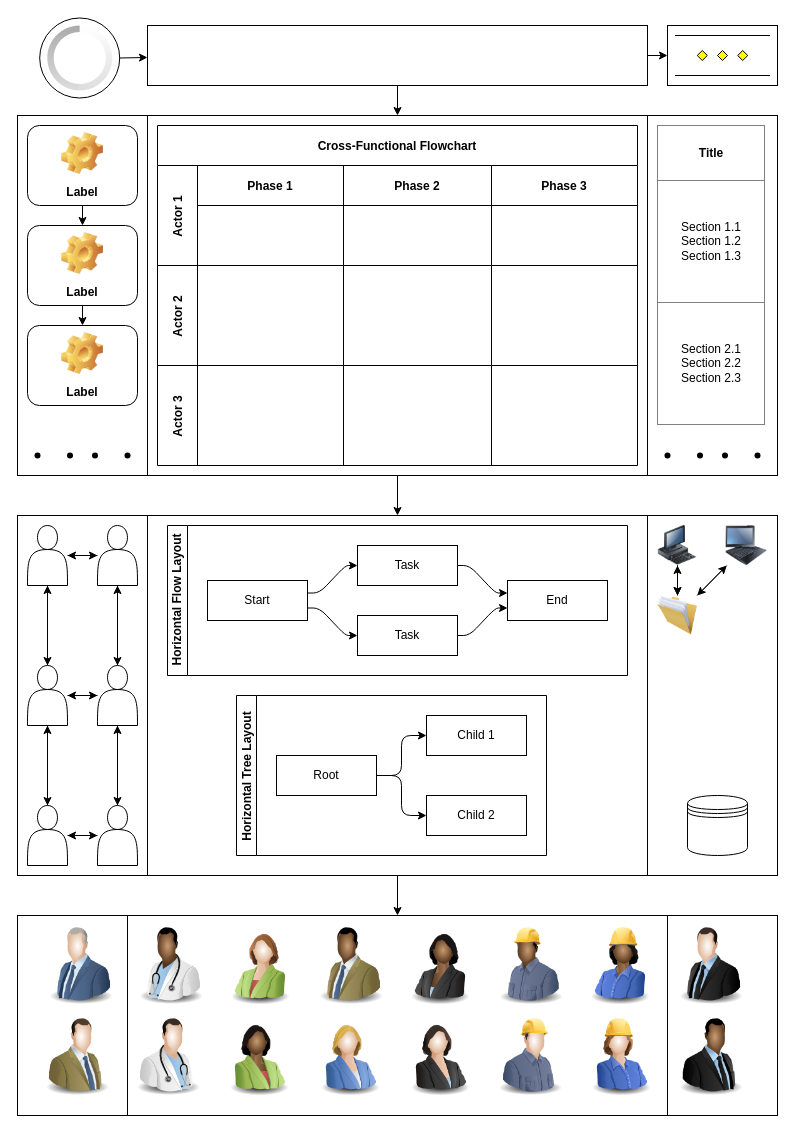
Above: o1.drawio in KhairulHasanRakib/99DaysWithCPC (draw.io), before the change. Source tidied: cells renumbered, new cells numbered last; positions are measured from the earlier drawing's top-left corner, leaving out a move shared by most shapes. Both pictures are drawn from the tidied source at 100%, with x=0, y=0 at pixel (17, 17).
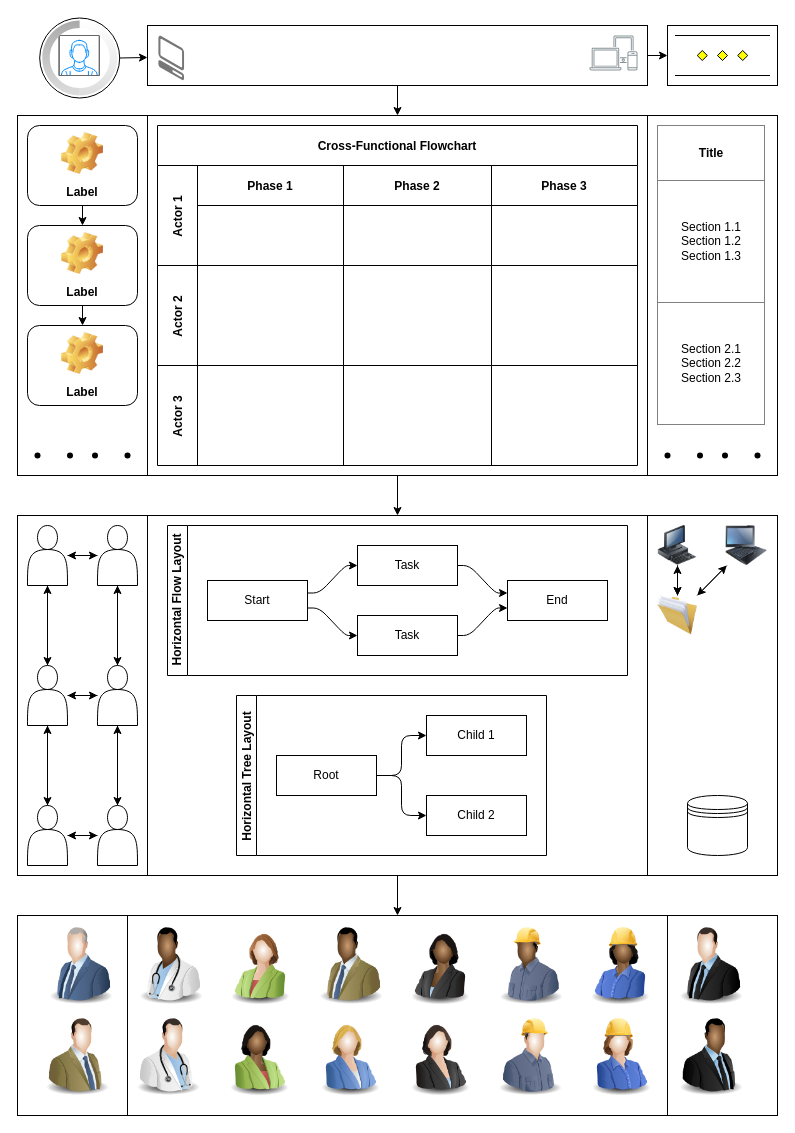
The same diagram, later.

Diff of the diagram source:
```diff
@@
+    <mxCell id="102" style="verticalLabelPosition=bottom;shadow=0;dashed=0;align=center;html=1;verticalAlign=top;strokeWidth=1;shape=mxgraph.mockup.containers.userMale;strokeColor=#666666;strokeColor2=#008cff;labelBorderColor=default;" parent="1" vertex="1">
+      <mxGeometry x="41.8" y="18" width="40" height="40" as="geometry" />
+    </mxCell>
     <mxCell id="101" style="verticalLabelPosition=bottom;verticalAlign=top;html=1;shadow=0;dashed=0;strokeWidth=1;shape=mxgraph.android.indeterminateSpinner;labelBorderColor=default;" parent="1" vertex="1">
-      <mxGeometry x="29.8" y="8" width="65" height="65" as="geometry" />
+      <mxGeometry x="24.8" y="3" width="75" height="75" as="geometry" />
     </mxCell>
+    <mxCell id="103" style="sketch=0;gradientColor=none;fontColor=#545B64;strokeColor=none;fillColor=#879196;dashed=0;verticalLabelPosition=bottom;verticalAlign=top;align=center;html=1;fontSize=12;fontStyle=0;shape=mxgraph.aws4.illustration_devices;labelBorderColor=default;" parent="1" vertex="1">
+      <mxGeometry x="572" y="18" width="48" height="35" as="geometry" />
+    </mxCell>
+    <mxCell id="104" style="verticalLabelPosition=bottom;html=1;verticalAlign=top;strokeWidth=1;align=center;dashed=0;shape=mxgraph.aws3d.client;strokeColor=none;fillColor=#777777;labelBorderColor=default;" parent="1" vertex="1">
+      <mxGeometry x="140.9" y="18.2" width="25.7" height="44.5" as="geometry" />
+    </mxCell>
```
